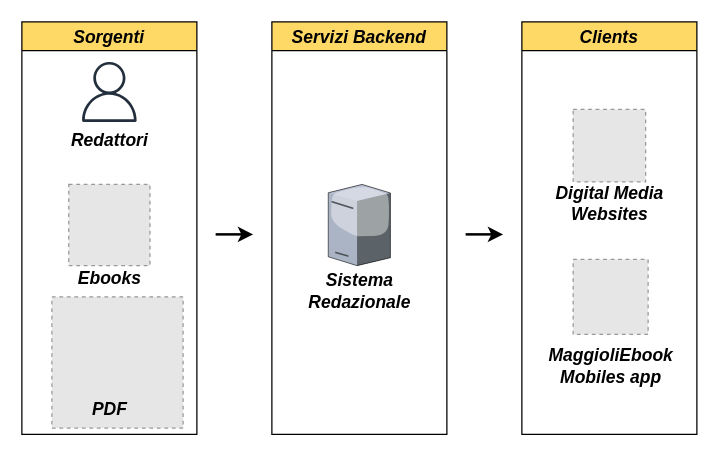
paganellif/tesi-paganelli keeps this draw.io diagram as page "Page-21" (19 of 19) of tesi-2.drawio. Above is the earlier version. Source tidied: cells renumbered, new cells numbered last; positions are measured from the earlier drawing's top-left corner, leaving out a move shared by most shapes. Both pictures are drawn from the tidied source at 125%, with x=0, y=0 at pixel (21, 21). Pictures stored in the file or linked from it are replaced by grey dashed boxes.
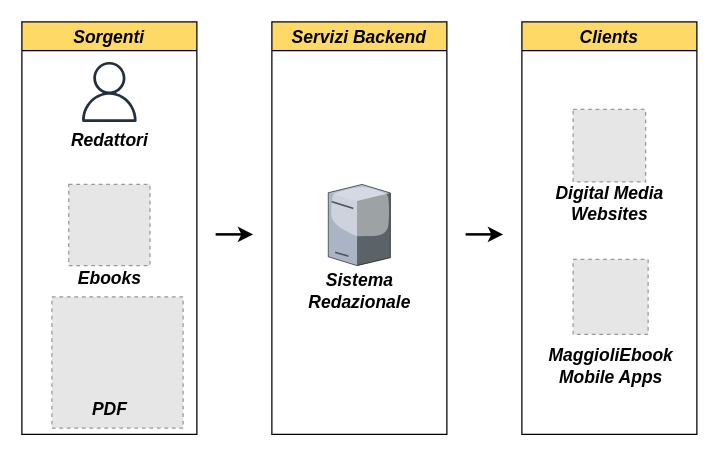
The same page after the edit.

Unchanged cells that the change refers to:
```xml
<mxCell id="14" value="Clients" style="swimlane;fillColor=#FFD966;fontSize=14;fontStyle=3;" parent="1" vertex="1">
  <mxGeometry x="400" width="140" height="330" as="geometry" />
</mxCell>
```

What changed in the source:
```diff
@@
-    <mxCell id="18" value="&lt;span style=&quot;font-size: 14px;&quot;&gt;&lt;b&gt;&lt;i&gt;MaggioliEbook&lt;br&gt;&lt;/i&gt;&lt;/b&gt;&lt;/span&gt;&lt;font style=&quot;font-size: 14px;&quot;&gt;&lt;i&gt;&lt;b&gt;Mobiles app&lt;/b&gt;&lt;/i&gt;&lt;/font&gt;" style="text;html=1;align=center;verticalAlign=middle;strokeColor=none;fillColor=none;" parent="14" vertex="1">
+    <mxCell id="18" value="&lt;span style=&quot;font-size: 14px;&quot;&gt;&lt;b&gt;&lt;i&gt;MaggioliEbook&lt;br&gt;&lt;/i&gt;&lt;/b&gt;&lt;/span&gt;&lt;font style=&quot;font-size: 14px;&quot;&gt;&lt;i&gt;&lt;b&gt;Mobile Apps&lt;/b&gt;&lt;/i&gt;&lt;/font&gt;" style="text;html=1;align=center;verticalAlign=middle;strokeColor=none;fillColor=none;" parent="14" vertex="1">
       <mxGeometry x="11" y="250" width="120" height="50" as="geometry" />
     </mxCell>
```
